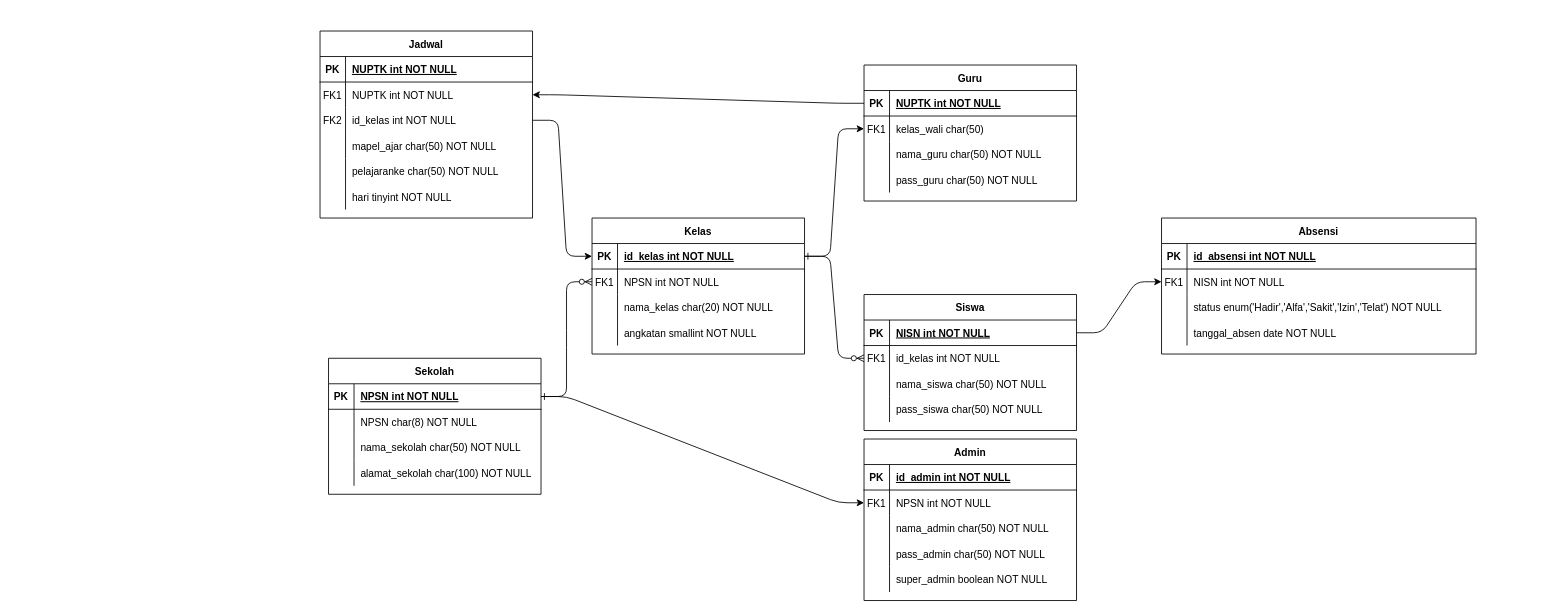
Earlier version of the draw.io diagram ERDAbsensi.drawio (Sacrit38/CPP-Ponggame). Source tidied: cells renumbered, new cells numbered last; positions are measured from the earlier drawing's top-left corner, leaving out a move shared by most shapes. Both pictures are drawn from the tidied source at 85%, with x=0, y=0 at pixel (320, 31).
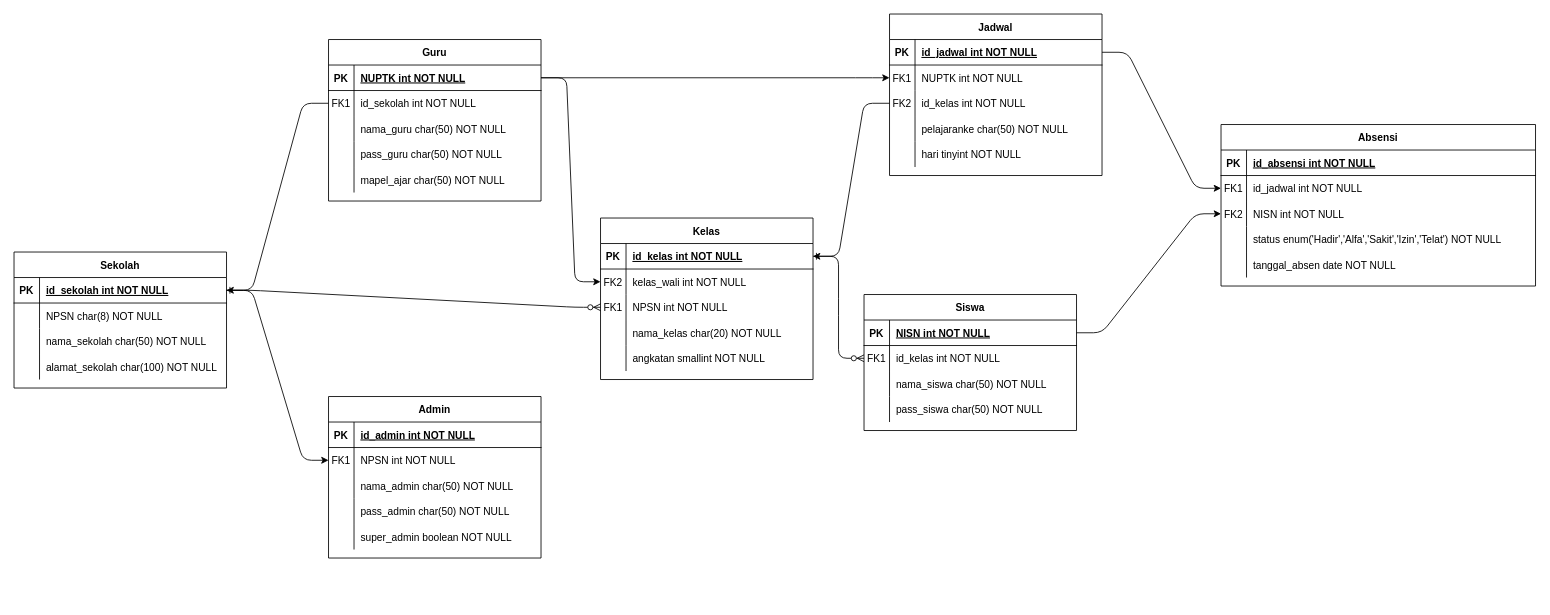
Above is the later version.

Unchanged cells that the change refers to:
```xml
<mxCell id="5" style="shape=partialRectangle;fillColor=none;points=[[0,0.5],[1,0.5]];portConstraint=eastwest;top=0;left=0;right=0;bottom=1;" parent="4" vertex="1">
  <mxGeometry y="30" width="250" height="30" as="geometry" />
</mxCell>
<mxCell id="18" style="shape=partialRectangle;fillColor=none;points=[[0,0.5],[1,0.5]];portConstraint=eastwest;top=0;left=0;right=0;bottom=1;" parent="17" vertex="1">
  <mxGeometry y="30" width="250" height="30" as="geometry" />
</mxCell>
<mxCell id="31" style="shape=partialRectangle;fillColor=none;points=[[0,0.5],[1,0.5]];portConstraint=eastwest;top=0;left=0;right=0;bottom=1;" parent="30" vertex="1">
  <mxGeometry y="30" width="250" height="30" as="geometry" />
</mxCell>
<mxCell id="44" style="shape=partialRectangle;fillColor=none;points=[[0,0.5],[1,0.5]];portConstraint=eastwest;top=0;left=0;right=0;bottom=1;" parent="43" vertex="1">
  <mxGeometry y="30" width="250" height="30" as="geometry" />
</mxCell>
<mxCell id="60" style="shape=partialRectangle;fillColor=none;points=[[0,0.5],[1,0.5]];portConstraint=eastwest;top=0;left=0;right=0;bottom=0;" parent="56" vertex="1">
  <mxGeometry y="60" width="250" height="30" as="geometry" />
</mxCell>
<mxCell id="77" style="shape=partialRectangle;fillColor=none;points=[[0,0.5],[1,0.5]];portConstraint=eastwest;top=0;left=0;right=0;bottom=0;" parent="73" vertex="1">
  <mxGeometry y="60" width="370" height="30" as="geometry" />
</mxCell>
<mxCell id="88" style="shape=partialRectangle;fillColor=none;points=[[0,0.5],[1,0.5]];portConstraint=eastwest;top=0;left=0;right=0;bottom=1;" parent="87" vertex="1">
  <mxGeometry y="30" width="250" height="30" as="geometry" />
</mxCell>
<mxCell id="91" style="shape=partialRectangle;fillColor=none;points=[[0,0.5],[1,0.5]];portConstraint=eastwest;top=0;left=0;right=0;bottom=0;" parent="87" vertex="1">
  <mxGeometry y="60" width="250" height="30" as="geometry" />
</mxCell>
<mxCell id="94" style="shape=partialRectangle;fillColor=none;points=[[0,0.5],[1,0.5]];portConstraint=eastwest;top=0;left=0;right=0;bottom=0;" parent="87" vertex="1">
  <mxGeometry y="90" width="250" height="30" as="geometry" />
</mxCell>
```

What changed in the source:
```diff
@@
     <mxCell id="4" value="Kelas" style="shape=table;startSize=30;childLayout=tableLayout;rowLines=0;fontStyle=1;align=center;" parent="1" vertex="1">
-      <mxGeometry x="320" y="220" width="250" height="160" as="geometry" />
+      <mxGeometry x="330" y="220" width="250" height="190" as="geometry" />
     </mxCell>
@@
+    <mxCell id="34" style="shape=partialRectangle;fillColor=none;points=[[0,0.5],[1,0.5]];portConstraint=eastwest;top=0;left=0;right=0;bottom=0;" parent="4" vertex="1">
+      <mxGeometry y="60" width="250" height="30" as="geometry" />
+    </mxCell>
+    <mxCell id="35" value="FK2" style="shape=partialRectangle;overflow=hidden;fillColor=none;top=0;left=0;bottom=0;right=0;" parent="34" vertex="1">
+      <mxGeometry width="30" height="30" as="geometry" />
+    </mxCell>
+    <mxCell id="36" value="kelas_wali int NOT NULL" style="shape=partialRectangle;overflow=hidden;fillColor=none;top=0;left=0;bottom=0;right=0;align=left;spacingLeft=6;" parent="34" vertex="1">
+      <mxGeometry x="30" width="220" height="30" as="geometry" />
+    </mxCell>
     <mxCell id="8" style="shape=partialRectangle;fillColor=none;points=[[0,0.5],[1,0.5]];portConstraint=eastwest;top=0;left=0;right=0;bottom=0;" parent="4" vertex="1">
-      <mxGeometry y="60" width="250" height="30" as="geometry" />
+      <mxGeometry y="90" width="250" height="30" as="geometry" />
     </mxCell>
@@
     <mxCell id="11" style="shape=partialRectangle;fillColor=none;top=0;left=0;right=0;bottom=0;" parent="4" vertex="1">
-      <mxGeometry y="90" width="250" height="30" as="geometry" />
+      <mxGeometry y="120" width="250" height="30" as="geometry" />
     </mxCell>
@@
     <mxCell id="14" style="shape=partialRectangle;fillColor=none;top=0;left=0;right=0;bottom=0;" parent="4" vertex="1">
-      <mxGeometry y="120" width="250" height="30" as="geometry" />
+      <mxGeometry y="150" width="250" height="30" as="geometry" />
     </mxCell>
@@
     <mxCell id="30" value="Guru" style="shape=table;startSize=30;childLayout=tableLayout;rowLines=0;fontStyle=1;align=center;" parent="1" vertex="1">
-      <mxGeometry x="640" y="40" width="250" height="160" as="geometry" />
+      <mxGeometry x="10" y="10" width="250" height="190" as="geometry" />
     </mxCell>
@@
-    <mxCell id="34" style="shape=partialRectangle;fillColor=none;points=[[0,0.5],[1,0.5]];portConstraint=eastwest;top=0;left=0;right=0;bottom=0;" parent="30" vertex="1">
-      <mxGeometry y="60" width="250" height="30" as="geometry" />
-    </mxCell>
-    <mxCell id="35" value="FK1" style="shape=partialRectangle;overflow=hidden;fillColor=none;top=0;left=0;bottom=0;right=0;" parent="34" vertex="1">
-      <mxGeometry width="30" height="30" as="geometry" />
-    </mxCell>
-    <mxCell id="36" value="kelas_wali char(50)" style="shape=partialRectangle;overflow=hidden;fillColor=none;top=0;left=0;bottom=0;right=0;align=left;spacingLeft=6;" parent="34" vertex="1">
-      <mxGeometry x="30" width="220" height="30" as="geometry" />
-    </mxCell>
+    <mxCell id="109" style="shape=partialRectangle;fillColor=none;points=[[0,0.5],[1,0.5]];portConstraint=eastwest;top=0;left=0;right=0;bottom=0;" parent="30" vertex="1">
+      <mxGeometry y="60" width="250" height="30" as="geometry" />
+    </mxCell>
+    <mxCell id="110" value="FK1" style="shape=partialRectangle;overflow=hidden;fillColor=none;top=0;left=0;bottom=0;right=0;" parent="109" vertex="1">
+      <mxGeometry width="30" height="30" as="geometry" />
+    </mxCell>
+    <mxCell id="111" value="id_sekolah int NOT NULL" style="shape=partialRectangle;overflow=hidden;fillColor=none;top=0;left=0;bottom=0;right=0;align=left;spacingLeft=6;" parent="109" vertex="1">
+      <mxGeometry x="30" width="220" height="30" as="geometry" />
+    </mxCell>
@@
+    <mxCell id="97" style="shape=partialRectangle;fillColor=none;top=0;left=0;right=0;bottom=0;" parent="30" vertex="1">
+      <mxGeometry y="150" width="250" height="30" as="geometry" />
+    </mxCell>
+    <mxCell id="98" style="shape=partialRectangle;overflow=hidden;fillColor=none;top=0;left=0;bottom=0;right=0;" parent="97" vertex="1">
+      <mxGeometry width="30" height="30" as="geometry" />
+    </mxCell>
+    <mxCell id="99" value="mapel_ajar char(50) NOT NULL" style="shape=partialRectangle;overflow=hidden;fillColor=none;top=0;left=0;bottom=0;right=0;align=left;spacingLeft=6;" parent="97" vertex="1">
+      <mxGeometry x="30" width="220" height="30" as="geometry" />
+    </mxCell>
     <mxCell id="43" value="Sekolah" style="shape=table;startSize=30;childLayout=tableLayout;rowLines=0;fontStyle=1;align=center;" parent="1" vertex="1">
-      <mxGeometry x="10" y="385" width="250" height="160" as="geometry" />
+      <mxGeometry x="-360" y="260" width="250" height="160" as="geometry" />
     </mxCell>
@@
-    <mxCell id="46" value="NPSN int NOT NULL " style="shape=partialRectangle;overflow=hidden;fillColor=none;top=0;left=0;bottom=0;right=0;align=left;spacingLeft=6;fontStyle=5;" parent="44" vertex="1">
+    <mxCell id="46" value="id_sekolah int NOT NULL " style="shape=partialRectangle;overflow=hidden;fillColor=none;top=0;left=0;bottom=0;right=0;align=left;spacingLeft=6;fontStyle=5;" parent="44" vertex="1">
       <mxGeometry x="30" width="220" height="30" as="geometry" />
     </mxCell>
@@
     <mxCell id="56" value="Admin" style="shape=table;startSize=30;childLayout=tableLayout;rowLines=0;fontStyle=1;align=center;" parent="1" vertex="1">
-      <mxGeometry x="640" y="480" width="250" height="190" as="geometry" />
+      <mxGeometry x="10" y="430" width="250" height="190" as="geometry" />
     </mxCell>
@@
-    <mxCell id="72" style="edgeStyle=entityRelationEdgeStyle;rounded=1;jettySize=auto;html=1;entryX=0;entryY=0.5;entryDx=0;entryDy=0;curved=0;" parent="1" edge="1" source="44" target="60">
+    <mxCell id="72" style="edgeStyle=entityRelationEdgeStyle;rounded=1;jettySize=auto;html=1;curved=0;" parent="1" edge="1" source="44" target="60">
       <mxGeometry relative="1" as="geometry" />
     </mxCell>
     <mxCell id="73" value="Absensi" style="shape=table;startSize=30;childLayout=tableLayout;rowLines=0;fontStyle=1;align=center;" parent="1" vertex="1">
-      <mxGeometry x="990" y="220" width="370" height="160" as="geometry" />
+      <mxGeometry x="1060" y="110" width="370" height="190" as="geometry" />
     </mxCell>
@@
-    <mxCell id="79" value="NISN int NOT NULL" style="shape=partialRectangle;overflow=hidden;fillColor=none;top=0;left=0;bottom=0;right=0;align=left;spacingLeft=6;" parent="77" vertex="1">
+    <mxCell id="79" value="id_jadwal int NOT NULL" style="shape=partialRectangle;overflow=hidden;fillColor=none;top=0;left=0;bottom=0;right=0;align=left;spacingLeft=6;" parent="77" vertex="1">
       <mxGeometry x="30" width="340" height="30" as="geometry" />
     </mxCell>
+    <mxCell id="112" style="shape=partialRectangle;fillColor=none;points=[[0,0.5],[1,0.5]];portConstraint=eastwest;top=0;left=0;right=0;bottom=0;" parent="73" vertex="1">
+      <mxGeometry y="90" width="370" height="30" as="geometry" />
+    </mxCell>
+    <mxCell id="113" value="FK2" style="shape=partialRectangle;overflow=hidden;fillColor=none;top=0;left=0;bottom=0;right=0;" parent="112" vertex="1">
+      <mxGeometry width="30" height="30" as="geometry" />
+    </mxCell>
+    <mxCell id="114" value="NISN int NOT NULL" style="shape=partialRectangle;overflow=hidden;fillColor=none;top=0;left=0;bottom=0;right=0;align=left;spacingLeft=6;" parent="112" vertex="1">
+      <mxGeometry x="30" width="340" height="30" as="geometry" />
+    </mxCell>
     <mxCell id="80" style="shape=partialRectangle;fillColor=none;top=0;left=0;right=0;bottom=0;" parent="73" vertex="1">
-      <mxGeometry y="90" width="370" height="30" as="geometry" />
+      <mxGeometry y="120" width="370" height="30" as="geometry" />
     </mxCell>
@@
     <mxCell id="83" style="shape=partialRectangle;fillColor=none;top=0;left=0;right=0;bottom=0;" parent="73" vertex="1">
-      <mxGeometry y="120" width="370" height="30" as="geometry" />
+      <mxGeometry y="150" width="370" height="30" as="geometry" />
     </mxCell>
@@
-    <mxCell id="86" style="edgeStyle=entityRelationEdgeStyle;rounded=1;jettySize=auto;html=1;entryX=0;entryY=0.5;entryDx=0;entryDy=0;" parent="1" edge="1" source="18" target="77">
+    <mxCell id="86" style="edgeStyle=entityRelationEdgeStyle;rounded=1;jettySize=auto;html=1;" parent="1" edge="1" source="18" target="112">
       <mxGeometry relative="1" as="geometry">
         <Array as="points">
           <mxPoint x="1030" y="510" />
           <mxPoint x="1120" y="490" />
           <mxPoint x="970" y="390" />
           <mxPoint x="1280" y="415" />
           <mxPoint x="1250" y="420" />
           <mxPoint x="1090" y="430" />
           <mxPoint x="1010" y="540" />
         </Array>
       </mxGeometry>
     </mxCell>
     <mxCell id="87" value="Jadwal" style="shape=table;startSize=30;childLayout=tableLayout;rowLines=0;fontStyle=1;align=center;" parent="1" vertex="1">
-      <mxGeometry width="250" height="220" as="geometry" />
+      <mxGeometry x="670" y="-20" width="250" height="190" as="geometry" />
     </mxCell>
@@
-    <mxCell id="90" value="NUPTK int NOT NULL " style="shape=partialRectangle;overflow=hidden;fillColor=none;top=0;left=0;bottom=0;right=0;align=left;spacingLeft=6;fontStyle=5;" parent="88" vertex="1">
+    <mxCell id="90" value="id_jadwal int NOT NULL " style="shape=partialRectangle;overflow=hidden;fillColor=none;top=0;left=0;bottom=0;right=0;align=left;spacingLeft=6;fontStyle=5;" parent="88" vertex="1">
       <mxGeometry x="30" width="220" height="30" as="geometry" />
     </mxCell>
@@
-    <mxCell id="97" style="shape=partialRectangle;fillColor=none;top=0;left=0;right=0;bottom=0;" parent="87" vertex="1">
-      <mxGeometry y="120" width="250" height="30" as="geometry" />
-    </mxCell>
-    <mxCell id="98" style="shape=partialRectangle;overflow=hidden;fillColor=none;top=0;left=0;bottom=0;right=0;" parent="97" vertex="1">
-      <mxGeometry width="30" height="30" as="geometry" />
-    </mxCell>
-    <mxCell id="99" value="mapel_ajar char(50) NOT NULL" style="shape=partialRectangle;overflow=hidden;fillColor=none;top=0;left=0;bottom=0;right=0;align=left;spacingLeft=6;" parent="97" vertex="1">
-      <mxGeometry x="30" width="220" height="30" as="geometry" />
-    </mxCell>
     <mxCell id="100" style="shape=partialRectangle;fillColor=none;top=0;left=0;right=0;bottom=0;" parent="87" vertex="1">
-      <mxGeometry y="150" width="250" height="30" as="geometry" />
+      <mxGeometry y="120" width="250" height="30" as="geometry" />
     </mxCell>
@@
     <mxCell id="103" style="shape=partialRectangle;fillColor=none;top=0;left=0;right=0;bottom=0;" parent="87" vertex="1">
-      <mxGeometry y="180" width="250" height="30" as="geometry" />
+      <mxGeometry y="150" width="250" height="30" as="geometry" />
     </mxCell>
@@
-    <mxCell id="106" style="edgeStyle=entityRelationEdgeStyle;rounded=1;jettySize=auto;html=1;entryX=1;entryY=0.5;entryDx=0;entryDy=0;curved=0;" parent="1" edge="1" source="31" target="91">
+    <mxCell id="106" style="edgeStyle=entityRelationEdgeStyle;rounded=1;jettySize=auto;html=1;entryX=0;entryY=0.5;entryDx=0;entryDy=0;curved=0;" parent="1" edge="1" source="31" target="91">
       <mxGeometry relative="1" as="geometry" />
     </mxCell>
+    <mxCell id="108" style="edgeStyle=entityRelationEdgeStyle;rounded=1;jettySize=auto;html=1;curved=0;" parent="1" edge="1" source="94" target="5">
+      <mxGeometry relative="1" as="geometry" />
+    </mxCell>
-    <mxCell id="107" style="edgeStyle=entityRelationEdgeStyle;rounded=1;jettySize=auto;html=1;entryX=0;entryY=0.5;entryDx=0;entryDy=0;curved=0;" parent="1" edge="1" source="5" target="34">
+    <mxCell id="107" style="edgeStyle=entityRelationEdgeStyle;rounded=1;jettySize=auto;html=1;curved=0;" parent="1" edge="1" source="31" target="34">
       <mxGeometry relative="1" as="geometry" />
     </mxCell>
-    <mxCell id="108" style="edgeStyle=entityRelationEdgeStyle;rounded=1;jettySize=auto;html=1;entryX=0;entryY=0.5;entryDx=0;entryDy=0;curved=0;" parent="1" edge="1" source="94" target="5">
-      <mxGeometry relative="1" as="geometry" />
-    </mxCell>
+    <mxCell id="115" style="edgeStyle=entityRelationEdgeStyle;rounded=1;jettySize=auto;html=1;" parent="1" edge="1" source="88" target="77">
+      <mxGeometry relative="1" as="geometry" />
+    </mxCell>
+    <mxCell id="116" style="edgeStyle=entityRelationEdgeStyle;rounded=1;jettySize=auto;html=1;" parent="1" edge="1" source="109" target="44">
+      <mxGeometry relative="1" as="geometry" />
+    </mxCell>
```
